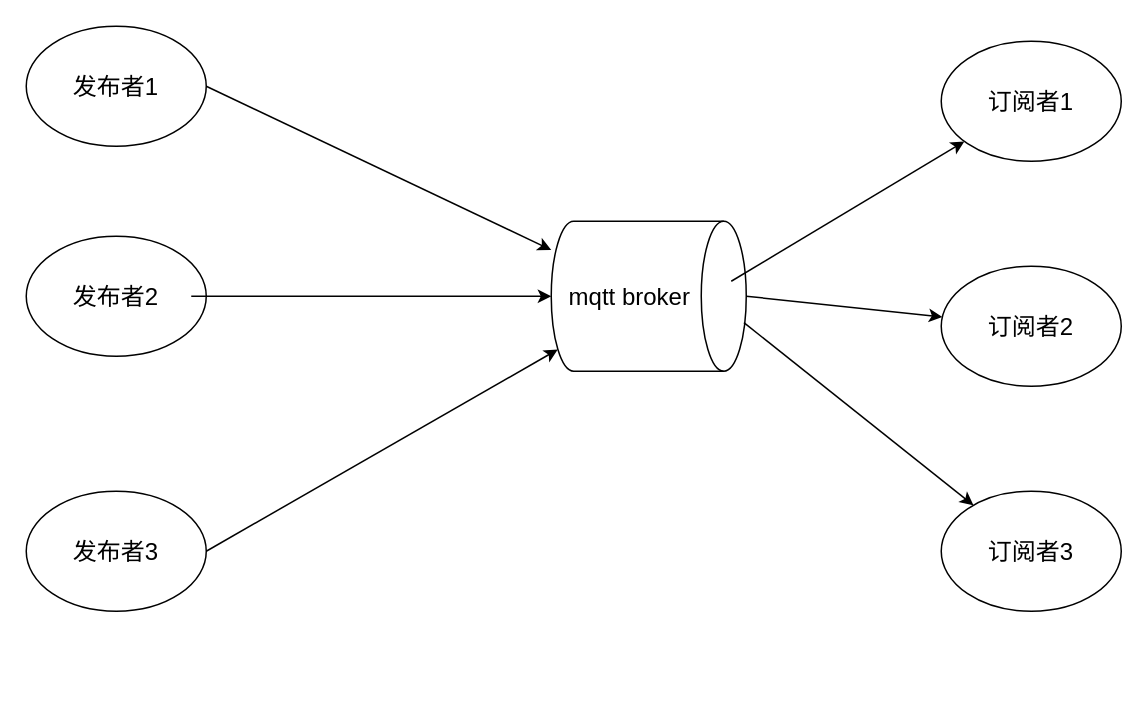
The draw.io diagram 发布订阅.drawio in missay-nine/graph, before the edit. Source tidied: cells renumbered, new cells numbered last; positions are measured from the earlier drawing's top-left corner, leaving out a move shared by most shapes. Both pictures are drawn from the tidied source at 150%, with x=0, y=0 at pixel (26, 26).
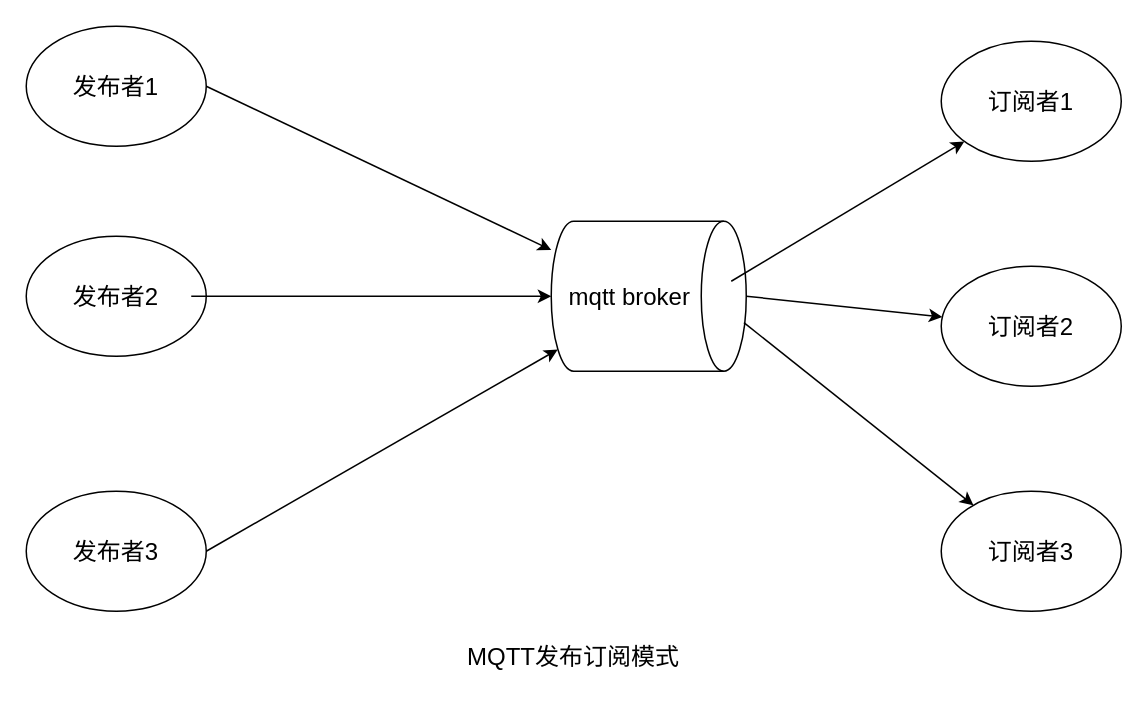
The same page after the edit.

Commit message (it also covers changes not shown here):
更新发布订阅.drawio

The edit, as a diff of the source:
```diff
@@
 <mxGraphModel>
   <root>
     <mxCell id="0" />
     <mxCell id="1" parent="0" />
     <mxCell id="2" value="&lt;font style=&quot;font-size: 16px;&quot;&gt;发布者1&lt;/font&gt;" style="ellipse;whiteSpace=wrap;html=1;" parent="1" vertex="1">
       <mxGeometry width="120" height="80" as="geometry" />
     </mxCell>
     <mxCell id="3" value="&lt;font style=&quot;font-size: 16px;&quot;&gt;发布者2&lt;/font&gt;" style="ellipse;whiteSpace=wrap;html=1;" parent="1" vertex="1">
       <mxGeometry y="140" width="120" height="80" as="geometry" />
     </mxCell>
     <mxCell id="4" value="&lt;font style=&quot;font-size: 16px;&quot;&gt;发布者3&lt;/font&gt;" style="ellipse;whiteSpace=wrap;html=1;" parent="1" vertex="1">
       <mxGeometry y="310" width="120" height="80" as="geometry" />
     </mxCell>
     <mxCell id="5" value="&lt;font style=&quot;font-size: 16px;&quot;&gt;mqtt broker&lt;/font&gt;" style="shape=cylinder3;whiteSpace=wrap;html=1;boundedLbl=1;backgroundOutline=1;size=15;direction=south;" parent="1" vertex="1">
       <mxGeometry x="350" y="130" width="130" height="100" as="geometry" />
     </mxCell>
     <mxCell id="6" value="&lt;font style=&quot;font-size: 16px;&quot;&gt;订阅者1&lt;/font&gt;" style="ellipse;whiteSpace=wrap;html=1;" parent="1" vertex="1">
       <mxGeometry x="610" y="10" width="120" height="80" as="geometry" />
     </mxCell>
     <mxCell id="7" value="&lt;font style=&quot;font-size: 16px;&quot;&gt;订阅者2&lt;/font&gt;" style="ellipse;whiteSpace=wrap;html=1;" parent="1" vertex="1">
       <mxGeometry x="610" y="160" width="120" height="80" as="geometry" />
     </mxCell>
     <mxCell id="8" value="&lt;font style=&quot;font-size: 16px;&quot;&gt;订阅者3&lt;/font&gt;" style="ellipse;whiteSpace=wrap;html=1;" parent="1" vertex="1">
       <mxGeometry x="610" y="310" width="120" height="80" as="geometry" />
     </mxCell>
     <mxCell id="9" style="endArrow=classic;html=1;rounded=0;" parent="1" edge="1" target="6">
       <mxGeometry relative="1" as="geometry">
         <mxPoint x="470" y="170" as="sourcePoint" />
       </mxGeometry>
     </mxCell>
     <mxCell id="10" style="endArrow=classic;html=1;rounded=0;" parent="1" edge="1" target="7">
       <mxGeometry relative="1" as="geometry">
         <mxPoint x="480" y="180" as="sourcePoint" />
       </mxGeometry>
     </mxCell>
     <mxCell id="11" style="endArrow=classic;html=1;rounded=0;exitX=0.676;exitY=0.012;exitDx=0;exitDy=0;exitPerimeter=0;" parent="1" edge="1" source="5" target="8">
       <mxGeometry relative="1" as="geometry" />
     </mxCell>
     <mxCell id="12" style="endArrow=classic;html=1;rounded=0;" parent="1" edge="1" target="5">
       <mxGeometry relative="1" as="geometry">
         <mxPoint x="120" y="40" as="sourcePoint" />
       </mxGeometry>
     </mxCell>
     <mxCell id="13" style="endArrow=classic;html=1;rounded=0;" parent="1" edge="1" target="5">
       <mxGeometry relative="1" as="geometry">
         <mxPoint x="110" y="180" as="sourcePoint" />
       </mxGeometry>
     </mxCell>
     <mxCell id="14" style="endArrow=classic;html=1;rounded=0;entryX=0.855;entryY=1;entryDx=0;entryDy=-4.35;entryPerimeter=0;" parent="1" edge="1" target="5">
       <mxGeometry relative="1" as="geometry">
         <mxPoint x="120" y="350" as="sourcePoint" />
       </mxGeometry>
     </mxCell>
+    <mxCell id="15" value="&lt;font style=&quot;font-size: 16px;&quot;&gt;MQTT发布订阅模式&lt;/font&gt;" style="text;html=1;align=center;verticalAlign=middle;whiteSpace=wrap;rounded=0;" parent="1" vertex="1">
+      <mxGeometry x="240" y="390" width="250" height="60" as="geometry" />
+    </mxCell>
   </root>
 </mxGraphModel>
```
